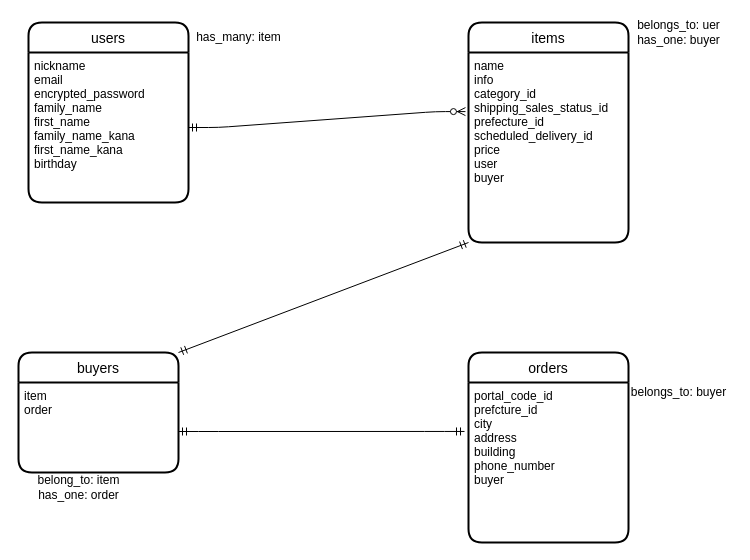
Earlier version of the draw.io diagram db.dio (Jun922/furima-34716). Source tidied: cells renumbered, new cells numbered last; positions are measured from the earlier drawing's top-left corner, leaving out a move shared by most shapes. Both pictures are drawn from the tidied source at 100%, with x=0, y=0 at pixel (18, 17).
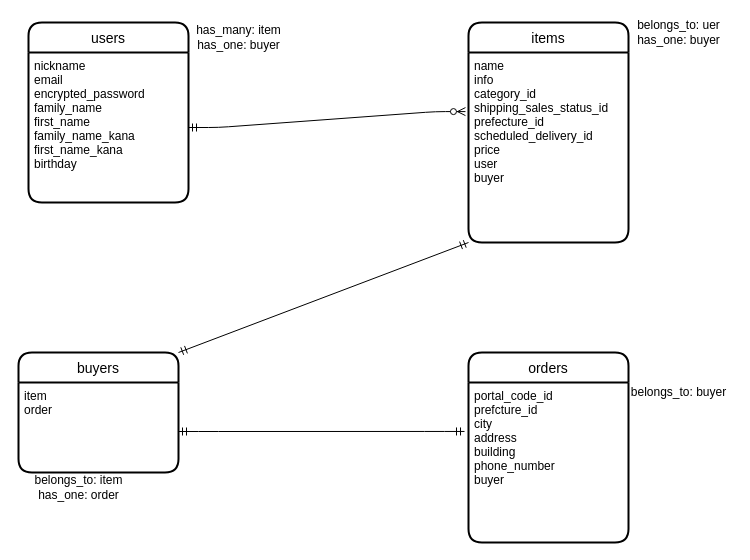
The same page after the edit.

What changed in the source:
```diff
@@
 <mxGraphModel>
   <root>
     <mxCell id="0" />
     <mxCell id="1" parent="0" />
     <mxCell id="2" value="users" style="swimlane;horizontal=1;startSize=30;rounded=1;fontSize=14;fontStyle=0;strokeWidth=2;shadow=0;dashed=0;align=center;" parent="1" vertex="1">
       <mxGeometry x="10" y="5" width="160" height="180" as="geometry" />
     </mxCell>
     <mxCell id="3" value="nickname&#10;email&#10;encrypted_password&#10;family_name&#10;first_name&#10;family_name_kana&#10;first_name_kana&#10;birthday" style="align=left;strokeColor=none;fillColor=none;spacingLeft=4;fontSize=12;verticalAlign=top;" parent="2" vertex="1">
       <mxGeometry y="30" width="160" height="150" as="geometry" />
     </mxCell>
     <mxCell id="4" value="items" style="swimlane;horizontal=1;startSize=30;rounded=1;fontSize=14;fontStyle=0;strokeWidth=2;shadow=0;dashed=0;align=center;" parent="1" vertex="1">
       <mxGeometry x="450" y="5" width="160" height="220" as="geometry" />
     </mxCell>
     <mxCell id="5" value="name&#10;info&#10;category_id&#10;shipping_sales_status_id&#10;prefecture_id&#10;scheduled_delivery_id&#10;price&#10;user&#10;buyer" style="align=left;strokeColor=none;fillColor=none;spacingLeft=4;fontSize=12;verticalAlign=top;fontStyle=0;" parent="4" vertex="1">
       <mxGeometry y="30" width="160" height="190" as="geometry" />
     </mxCell>
     <mxCell id="6" value="buyers" style="swimlane;horizontal=1;startSize=30;rounded=1;fontSize=14;fontStyle=0;strokeWidth=2;shadow=0;dashed=0;align=center;" parent="1" vertex="1">
       <mxGeometry y="335" width="160" height="120" as="geometry" />
     </mxCell>
     <mxCell id="7" value="item&#10;order" style="align=left;strokeColor=none;fillColor=none;spacingLeft=4;fontSize=12;verticalAlign=top;" parent="6" vertex="1">
       <mxGeometry y="30" width="160" height="90" as="geometry" />
     </mxCell>
     <mxCell id="8" value="orders" style="swimlane;horizontal=1;startSize=30;rounded=1;fontSize=14;fontStyle=0;strokeWidth=2;shadow=0;dashed=0;align=center;" parent="1" vertex="1">
       <mxGeometry x="450" y="335" width="160" height="190" as="geometry" />
     </mxCell>
     <mxCell id="9" value="portal_code_id&#10;prefcture_id&#10;city&#10;address&#10;building&#10;phone_number&#10;buyer" style="align=left;strokeColor=none;fillColor=none;spacingLeft=4;fontSize=12;verticalAlign=top;" parent="8" vertex="1">
       <mxGeometry y="30" width="160" height="160" as="geometry" />
     </mxCell>
     <mxCell id="10" style="edgeStyle=entityRelationEdgeStyle;fontSize=12;html=1;endArrow=ERzeroToMany;startArrow=ERmandOne;exitX=1;exitY=0.5;exitDx=0;exitDy=0;entryX=-0.019;entryY=0.311;entryDx=0;entryDy=0;entryPerimeter=0;" parent="1" edge="1" source="3" target="5">
       <mxGeometry relative="1" as="geometry" />
     </mxCell>
     <mxCell id="11" style="edgeStyle=entityRelationEdgeStyle;fontSize=12;html=1;endArrow=ERmandOne;startArrow=ERmandOne;entryX=-0.025;entryY=0.306;entryDx=0;entryDy=0;entryPerimeter=0;" parent="1" edge="1" target="9">
       <mxGeometry relative="1" as="geometry">
         <mxPoint x="160" y="414" as="sourcePoint" />
       </mxGeometry>
     </mxCell>
     <mxCell id="12" style="fontSize=12;html=1;endArrow=ERmandOne;startArrow=ERmandOne;exitX=1;exitY=0;exitDx=0;exitDy=0;entryX=0;entryY=1;entryDx=0;entryDy=0;" parent="1" edge="1" source="6" target="5">
       <mxGeometry relative="1" as="geometry" />
     </mxCell>
-    <mxCell id="13" value="has_many: item" style="text;html=1;align=center;verticalAlign=middle;" parent="1" vertex="1">
-      <mxGeometry x="170" y="10" width="100" height="20" as="geometry" />
+    <mxCell id="13" value="has_many: item&lt;br&gt;has_one: buyer" style="text;html=1;align=center;verticalAlign=middle;" parent="1" vertex="1">
+      <mxGeometry x="170" y="5" width="100" height="30" as="geometry" />
     </mxCell>
     <mxCell id="14" value="belongs_to: uer&lt;br&gt;has_one: buyer" style="text;html=1;align=center;verticalAlign=middle;" parent="1" vertex="1">
       <mxGeometry x="610" width="100" height="30" as="geometry" />
     </mxCell>
-    <mxCell id="15" value="belong_to: item&lt;br&gt;has_one: order" style="text;html=1;align=center;verticalAlign=middle;" parent="1" vertex="1">
+    <mxCell id="15" value="belongs_to: item&lt;br&gt;has_one: order" style="text;html=1;align=center;verticalAlign=middle;" parent="1" vertex="1">
       <mxGeometry x="10" y="455" width="100" height="30" as="geometry" />
     </mxCell>
     <mxCell id="16" value="belongs_to: buyer" style="text;html=1;align=center;verticalAlign=middle;" parent="1" vertex="1">
       <mxGeometry x="605" y="365" width="110" height="20" as="geometry" />
     </mxCell>
   </root>
 </mxGraphModel>
```
